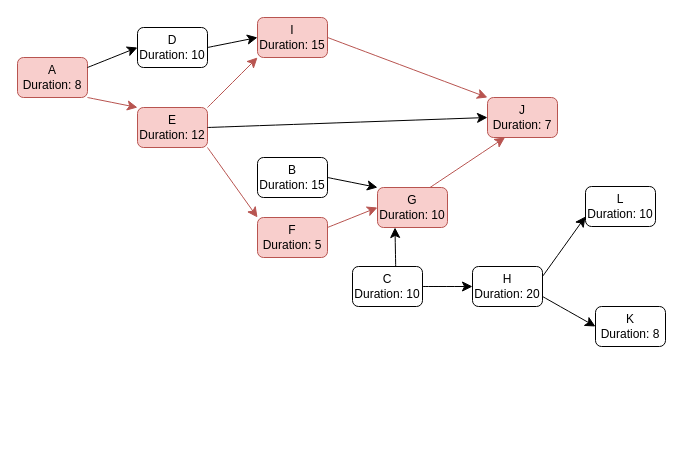
Earlier version of the draw.io diagram p.drawio (njabulosikhondo/WIL). Source tidied: cells renumbered, new cells numbered last; positions are measured from the earlier drawing's top-left corner, leaving out a move shared by most shapes. Both pictures are drawn from the tidied source at 100%, with x=0, y=0 at pixel (17, 17).
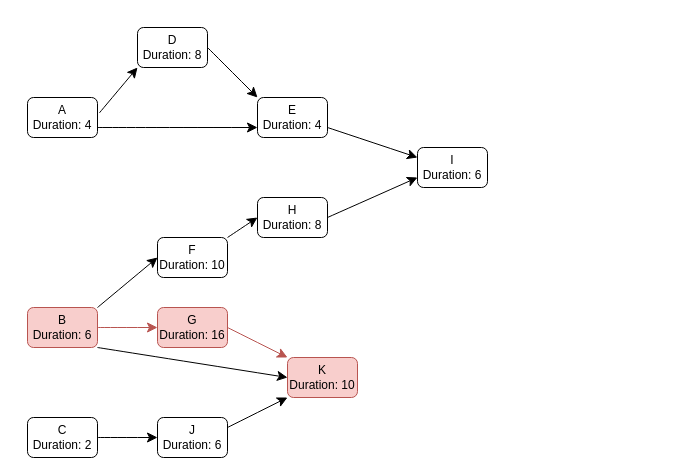
The same page after the edit.

Commit message:
Project 2 Network Diagram

Change to the diagram source:
```diff
@@
-    <mxCell id="2" value="&lt;div&gt;A&lt;/div&gt;Duration: 8" style="rounded=1;whiteSpace=wrap;html=1;fillColor=#f8cecc;strokeColor=#b85450;" parent="1" vertex="1">
-      <mxGeometry y="40" width="70" height="40" as="geometry" />
+    <mxCell id="2" value="&lt;div&gt;A&lt;/div&gt;Duration: 4" style="rounded=1;whiteSpace=wrap;html=1;" parent="1" vertex="1">
+      <mxGeometry x="10" y="80" width="70" height="40" as="geometry" />
     </mxCell>
-    <mxCell id="3" value="&lt;div&gt;E&lt;/div&gt;&lt;div&gt;Duration: 12&lt;/div&gt;" style="rounded=1;whiteSpace=wrap;html=1;fillColor=#f8cecc;strokeColor=#b85450;" parent="1" vertex="1">
-      <mxGeometry x="120" y="90" width="70" height="40" as="geometry" />
+    <mxCell id="3" value="&lt;div&gt;E&lt;/div&gt;&lt;div&gt;Duration: 4&lt;/div&gt;" style="rounded=1;whiteSpace=wrap;html=1;" parent="1" vertex="1">
+      <mxGeometry x="240" y="80" width="70" height="40" as="geometry" />
     </mxCell>
-    <mxCell id="4" value="&lt;div&gt;F&lt;/div&gt;Duration: 5" style="rounded=1;whiteSpace=wrap;html=1;fillColor=#f8cecc;strokeColor=#b85450;" parent="1" vertex="1">
-      <mxGeometry x="240" y="200" width="70" height="40" as="geometry" />
+    <mxCell id="4" value="&lt;div&gt;G&lt;/div&gt;Duration: 16" style="rounded=1;whiteSpace=wrap;html=1;fillColor=#f8cecc;strokeColor=#b85450;" parent="1" vertex="1">
+      <mxGeometry x="140" y="290" width="70" height="40" as="geometry" />
     </mxCell>
-    <mxCell id="5" value="&lt;div&gt;G&lt;/div&gt;Duration: 10" style="rounded=1;whiteSpace=wrap;html=1;fillColor=#f8cecc;strokeColor=#b85450;" parent="1" vertex="1">
-      <mxGeometry x="360" y="170" width="70" height="40" as="geometry" />
+    <mxCell id="5" value="&lt;div&gt;F&lt;/div&gt;Duration: 10" style="rounded=1;whiteSpace=wrap;html=1;" parent="1" vertex="1">
+      <mxGeometry x="140" y="220" width="70" height="40" as="geometry" />
     </mxCell>
-    <mxCell id="6" value="&lt;div&gt;J&lt;/div&gt;Duration: 7" style="rounded=1;whiteSpace=wrap;html=1;fillColor=#f8cecc;strokeColor=#b85450;" parent="1" vertex="1">
-      <mxGeometry x="470" y="80" width="70" height="40" as="geometry" />
+    <mxCell id="6" value="&lt;div&gt;H&lt;/div&gt;Duration: 8" style="rounded=1;whiteSpace=wrap;html=1;" parent="1" vertex="1">
+      <mxGeometry x="240" y="180" width="70" height="40" as="geometry" />
     </mxCell>
-    <mxCell id="7" value="&lt;div&gt;B&lt;/div&gt;Duration: 15" style="rounded=1;whiteSpace=wrap;html=1;" parent="1" vertex="1">
-      <mxGeometry x="240" y="140" width="70" height="40" as="geometry" />
+    <mxCell id="7" value="&lt;div&gt;B&lt;/div&gt;Duration: 6" style="rounded=1;whiteSpace=wrap;html=1;fillColor=#f8cecc;strokeColor=#b85450;" parent="1" vertex="1">
+      <mxGeometry x="10" y="290" width="70" height="40" as="geometry" />
     </mxCell>
-    <mxCell id="8" value="&lt;div&gt;D&lt;/div&gt;Duration: 10" style="rounded=1;whiteSpace=wrap;html=1;" parent="1" vertex="1">
+    <mxCell id="8" value="&lt;div&gt;D&lt;/div&gt;Duration: 8" style="rounded=1;whiteSpace=wrap;html=1;" parent="1" vertex="1">
       <mxGeometry x="120" y="10" width="70" height="40" as="geometry" />
     </mxCell>
-    <mxCell id="9" value="&lt;div&gt;I&lt;/div&gt;Duration: 15" style="rounded=1;whiteSpace=wrap;html=1;fillColor=#f8cecc;strokeColor=#b85450;" parent="1" vertex="1">
-      <mxGeometry x="240" width="70" height="40" as="geometry" />
+    <mxCell id="9" value="&lt;div&gt;I&lt;/div&gt;Duration: 6" style="rounded=1;whiteSpace=wrap;html=1;" parent="1" vertex="1">
+      <mxGeometry x="400" y="130" width="70" height="40" as="geometry" />
     </mxCell>
-    <mxCell id="10" value="&lt;div&gt;C&lt;/div&gt;Duration: 10" style="rounded=1;whiteSpace=wrap;html=1;" parent="1" vertex="1">
-      <mxGeometry x="335" y="249" width="70" height="40" as="geometry" />
+    <mxCell id="10" value="&lt;div&gt;K&lt;/div&gt;Duration: 10" style="rounded=1;whiteSpace=wrap;html=1;fillColor=#f8cecc;strokeColor=#b85450;" parent="1" vertex="1">
+      <mxGeometry x="270" y="340" width="70" height="40" as="geometry" />
     </mxCell>
-    <mxCell id="11" value="&lt;div&gt;H&lt;/div&gt;Duration: 20" style="rounded=1;whiteSpace=wrap;html=1;" parent="1" vertex="1">
-      <mxGeometry x="455" y="249" width="70" height="40" as="geometry" />
+    <mxCell id="11" value="&lt;div&gt;J&lt;/div&gt;Duration: 6" style="rounded=1;whiteSpace=wrap;html=1;" parent="1" vertex="1">
+      <mxGeometry x="140" y="400" width="70" height="40" as="geometry" />
     </mxCell>
-    <mxCell id="12" value="&lt;div&gt;L&lt;/div&gt;Duration: 10" style="rounded=1;whiteSpace=wrap;html=1;" parent="1" vertex="1">
-      <mxGeometry x="568" y="169" width="70" height="40" as="geometry" />
-    </mxCell>
-    <mxCell id="13" value="&lt;div&gt;K&lt;/div&gt;Duration: 8" style="rounded=1;whiteSpace=wrap;html=1;" parent="1" vertex="1">
-      <mxGeometry x="578" y="289" width="70" height="40" as="geometry" />
+    <mxCell id="13" value="&lt;div&gt;C&lt;/div&gt;Duration: 2" style="rounded=1;whiteSpace=wrap;html=1;" parent="1" vertex="1">
+      <mxGeometry x="10" y="400" width="70" height="40" as="geometry" />
     </mxCell>
-    <mxCell id="14" style="edgeStyle=none;jettySize=auto;html=1;rounded=0;fontSize=12;startSize=8;endSize=8;curved=1;entryX=0;entryY=0;entryDx=0;entryDy=0;fillColor=#f8cecc;strokeColor=#b85450;strokeWidth=1;" parent="1" edge="1" target="3">
-      <mxGeometry relative="1" as="geometry">
-        <mxPoint x="70" y="80" as="sourcePoint" />
-      </mxGeometry>
-    </mxCell>
-    <mxCell id="15" style="edgeStyle=none;jettySize=auto;html=1;rounded=0;fontSize=12;startSize=8;endSize=8;curved=1;exitX=1;exitY=1;exitDx=0;exitDy=0;entryX=0;entryY=0;entryDx=0;entryDy=0;fillColor=#f8cecc;strokeColor=#b85450;strokeWidth=1;" parent="1" edge="1" source="3" target="4">
-      <mxGeometry relative="1" as="geometry" />
-    </mxCell>
-    <mxCell id="16" style="edgeStyle=none;jettySize=auto;html=1;rounded=0;fontSize=12;startSize=8;endSize=8;curved=1;exitX=1;exitY=0.25;exitDx=0;exitDy=0;entryX=0;entryY=0.5;entryDx=0;entryDy=0;fillColor=#f8cecc;strokeColor=#b85450;strokeWidth=1;" parent="1" edge="1" source="4" target="5">
-      <mxGeometry relative="1" as="geometry" />
-    </mxCell>
+    <mxCell id="28" style="edgeStyle=none;jettySize=auto;html=1;rounded=0;fontSize=12;startSize=8;endSize=8;curved=1;exitX=1;exitY=0.5;exitDx=0;exitDy=0;fillColor=#f8cecc;strokeColor=#b85450;entryX=0;entryY=0;entryDx=0;entryDy=0;" parent="1" edge="1" source="4" target="10">
+      <mxGeometry relative="1" as="geometry" />
+    </mxCell>
+    <mxCell id="29" style="edgeStyle=none;jettySize=auto;html=1;rounded=0;fontSize=12;startSize=8;endSize=8;curved=1;exitX=1;exitY=0.5;exitDx=0;exitDy=0;entryX=0;entryY=0.5;entryDx=0;entryDy=0;fillColor=#f8cecc;strokeColor=#b85450;" parent="1" edge="1" source="7" target="4">
+      <mxGeometry relative="1" as="geometry" />
+    </mxCell>
+    <mxCell id="26" style="edgeStyle=none;jettySize=auto;html=1;rounded=0;fontSize=12;startSize=8;endSize=8;curved=1;exitX=1.027;exitY=0.385;exitDx=0;exitDy=0;exitPerimeter=0;entryX=0;entryY=1;entryDx=0;entryDy=0;" parent="1" edge="1" source="2" target="8">
+      <mxGeometry relative="1" as="geometry" />
+    </mxCell>
+    <mxCell id="30" style="edgeStyle=none;jettySize=auto;html=1;rounded=0;fontSize=12;startSize=8;endSize=8;curved=1;exitX=1;exitY=0.75;exitDx=0;exitDy=0;entryX=0;entryY=0.75;entryDx=0;entryDy=0;" parent="1" edge="1" source="2" target="3">
+      <mxGeometry relative="1" as="geometry" />
+    </mxCell>
+    <mxCell id="31" style="edgeStyle=none;jettySize=auto;html=1;rounded=0;fontSize=12;startSize=8;endSize=8;curved=1;exitX=1;exitY=0.5;exitDx=0;exitDy=0;entryX=0;entryY=0;entryDx=0;entryDy=0;" parent="1" edge="1" source="8" target="3">
+      <mxGeometry relative="1" as="geometry" />
+    </mxCell>
+    <mxCell id="25" style="edgeStyle=none;jettySize=auto;html=1;rounded=0;fontSize=12;startSize=8;endSize=8;curved=1;exitX=1;exitY=0.75;exitDx=0;exitDy=0;entryX=0;entryY=0.25;entryDx=0;entryDy=0;" parent="1" edge="1" source="3" target="9">
+      <mxGeometry relative="1" as="geometry" />
+    </mxCell>
+    <mxCell id="32" style="edgeStyle=none;jettySize=auto;html=1;rounded=0;fontSize=12;startSize=8;endSize=8;curved=1;exitX=1;exitY=0.5;exitDx=0;exitDy=0;entryX=0;entryY=0.75;entryDx=0;entryDy=0;" parent="1" edge="1" source="6" target="9">
+      <mxGeometry relative="1" as="geometry" />
+    </mxCell>
-    <mxCell id="17" style="edgeStyle=none;jettySize=auto;html=1;rounded=0;fontSize=12;startSize=8;endSize=8;curved=1;exitX=0.75;exitY=0;exitDx=0;exitDy=0;entryX=0.25;entryY=1;entryDx=0;entryDy=0;fillColor=#f8cecc;strokeColor=#b85450;strokeWidth=1;" parent="1" edge="1" source="5" target="6">
+    <mxCell id="17" style="edgeStyle=none;jettySize=auto;html=1;rounded=0;fontSize=12;startSize=8;endSize=8;curved=1;exitX=1;exitY=0;exitDx=0;exitDy=0;entryX=0;entryY=0.5;entryDx=0;entryDy=0;" parent="1" edge="1" source="5" target="6">
       <mxGeometry relative="1" as="geometry" />
     </mxCell>
-    <mxCell id="18" style="edgeStyle=none;jettySize=auto;html=1;rounded=0;fontSize=12;startSize=8;endSize=8;curved=1;exitX=0.617;exitY=-0.001;exitDx=0;exitDy=0;exitPerimeter=0;entryX=0.25;entryY=1;entryDx=0;entryDy=0;" parent="1" edge="1" source="10" target="5">
-      <mxGeometry relative="1" as="geometry" />
-    </mxCell>
-    <mxCell id="19" style="edgeStyle=none;jettySize=auto;html=1;rounded=0;fontSize=12;startSize=8;endSize=8;curved=1;exitX=1;exitY=0.5;exitDx=0;exitDy=0;entryX=0;entryY=0.5;entryDx=0;entryDy=0;" parent="1" edge="1" source="10" target="11">
-      <mxGeometry relative="1" as="geometry" />
-    </mxCell>
-    <mxCell id="20" style="edgeStyle=none;jettySize=auto;html=1;rounded=0;fontSize=12;startSize=8;endSize=8;curved=1;exitX=1;exitY=0.25;exitDx=0;exitDy=0;entryX=0;entryY=0.75;entryDx=0;entryDy=0;" parent="1" edge="1" source="11" target="12">
-      <mxGeometry relative="1" as="geometry" />
-    </mxCell>
-    <mxCell id="21" style="edgeStyle=none;jettySize=auto;html=1;rounded=0;fontSize=12;startSize=8;endSize=8;curved=1;exitX=1;exitY=0.75;exitDx=0;exitDy=0;entryX=0;entryY=0.5;entryDx=0;entryDy=0;" parent="1" edge="1" source="11" target="13">
-      <mxGeometry relative="1" as="geometry" />
-    </mxCell>
-    <mxCell id="22" style="edgeStyle=none;jettySize=auto;html=1;rounded=0;fontSize=12;startSize=8;endSize=8;curved=1;exitX=1;exitY=0.5;exitDx=0;exitDy=0;entryX=0;entryY=0;entryDx=0;entryDy=0;" parent="1" edge="1" source="7" target="5">
+    <mxCell id="22" style="edgeStyle=none;jettySize=auto;html=1;rounded=0;fontSize=12;startSize=8;endSize=8;curved=1;exitX=1;exitY=0;exitDx=0;exitDy=0;entryX=0;entryY=0.5;entryDx=0;entryDy=0;" parent="1" edge="1" source="7" target="5">
       <mxGeometry relative="1" as="geometry" />
     </mxCell>
-    <mxCell id="23" style="edgeStyle=none;jettySize=auto;html=1;rounded=0;fontSize=12;startSize=8;endSize=8;curved=1;exitX=1;exitY=0.5;exitDx=0;exitDy=0;entryX=0;entryY=0.5;entryDx=0;entryDy=0;" parent="1" edge="1" source="3" target="6">
-      <mxGeometry relative="1" as="geometry" />
-    </mxCell>
-    <mxCell id="24" style="edgeStyle=none;jettySize=auto;html=1;rounded=0;fontSize=12;startSize=8;endSize=8;curved=1;exitX=1;exitY=0.5;exitDx=0;exitDy=0;entryX=0;entryY=0;entryDx=0;entryDy=0;fillColor=#f8cecc;strokeColor=#b85450;" parent="1" edge="1" source="9" target="6">
-      <mxGeometry relative="1" as="geometry" />
-    </mxCell>
-    <mxCell id="25" style="edgeStyle=none;jettySize=auto;html=1;rounded=0;fontSize=12;startSize=8;endSize=8;curved=1;exitX=1;exitY=0;exitDx=0;exitDy=0;entryX=0;entryY=1;entryDx=0;entryDy=0;fillColor=#f8cecc;strokeColor=#b85450;strokeWidth=1;" parent="1" edge="1" source="3" target="9">
-      <mxGeometry relative="1" as="geometry" />
-    </mxCell>
-    <mxCell id="26" style="edgeStyle=none;jettySize=auto;html=1;rounded=0;fontSize=12;startSize=8;endSize=8;curved=1;exitX=1;exitY=0.25;exitDx=0;exitDy=0;entryX=0;entryY=0.5;entryDx=0;entryDy=0;" parent="1" edge="1" source="2" target="8">
-      <mxGeometry relative="1" as="geometry" />
-    </mxCell>
-    <mxCell id="27" style="edgeStyle=none;jettySize=auto;html=1;rounded=0;fontSize=12;startSize=8;endSize=8;curved=1;exitX=1;exitY=0.5;exitDx=0;exitDy=0;entryX=0;entryY=0.5;entryDx=0;entryDy=0;" parent="1" edge="1" source="8" target="9">
-      <mxGeometry relative="1" as="geometry" />
-    </mxCell>
+    <mxCell id="33" style="edgeStyle=none;jettySize=auto;html=1;rounded=0;fontSize=12;startSize=8;endSize=8;curved=1;exitX=1;exitY=0.5;exitDx=0;exitDy=0;entryX=0;entryY=0.5;entryDx=0;entryDy=0;" parent="1" edge="1" source="13" target="11">
+      <mxGeometry relative="1" as="geometry" />
+    </mxCell>
+    <mxCell id="34" style="edgeStyle=none;jettySize=auto;html=1;rounded=0;fontSize=12;startSize=8;endSize=8;curved=1;exitX=1;exitY=0.25;exitDx=0;exitDy=0;entryX=0;entryY=1;entryDx=0;entryDy=0;" parent="1" edge="1" source="11" target="10">
+      <mxGeometry relative="1" as="geometry" />
+    </mxCell>
+    <mxCell id="35" style="edgeStyle=none;jettySize=auto;html=1;rounded=0;fontSize=12;startSize=8;endSize=8;curved=1;exitX=1;exitY=1;exitDx=0;exitDy=0;entryX=0;entryY=0.5;entryDx=0;entryDy=0;" parent="1" edge="1" source="7" target="10">
+      <mxGeometry relative="1" as="geometry" />
+    </mxCell>
```
